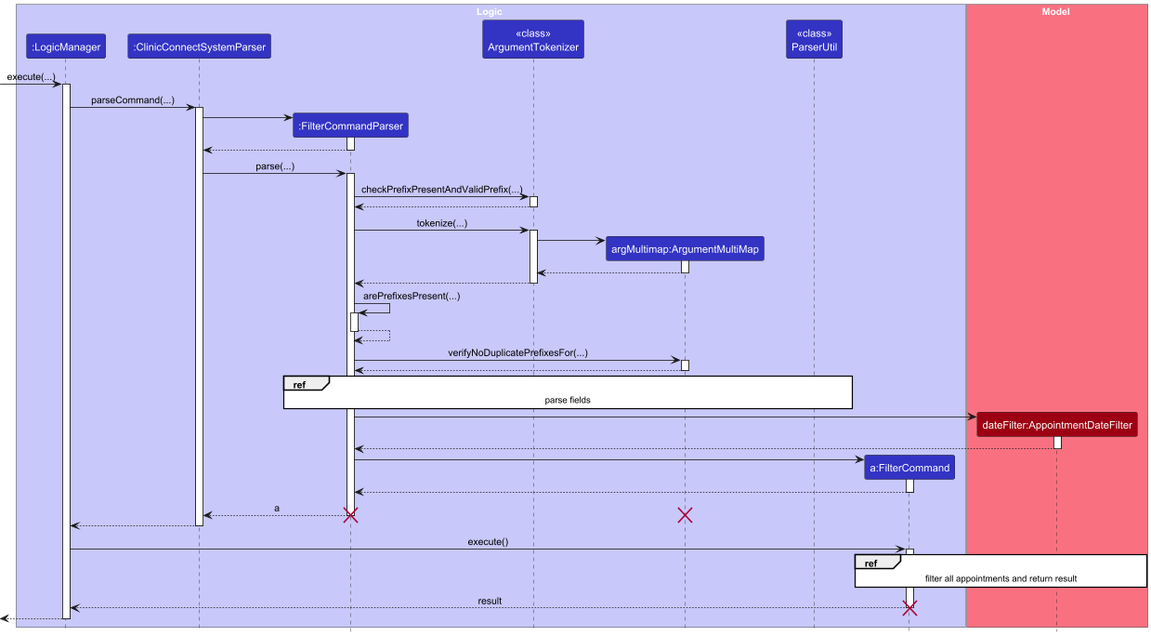
nus-cs2103-AY2425S1/tp keeps this PlantUML diagram as docs/images/FilterSequenceDiagram.png. Above is the earlier version.
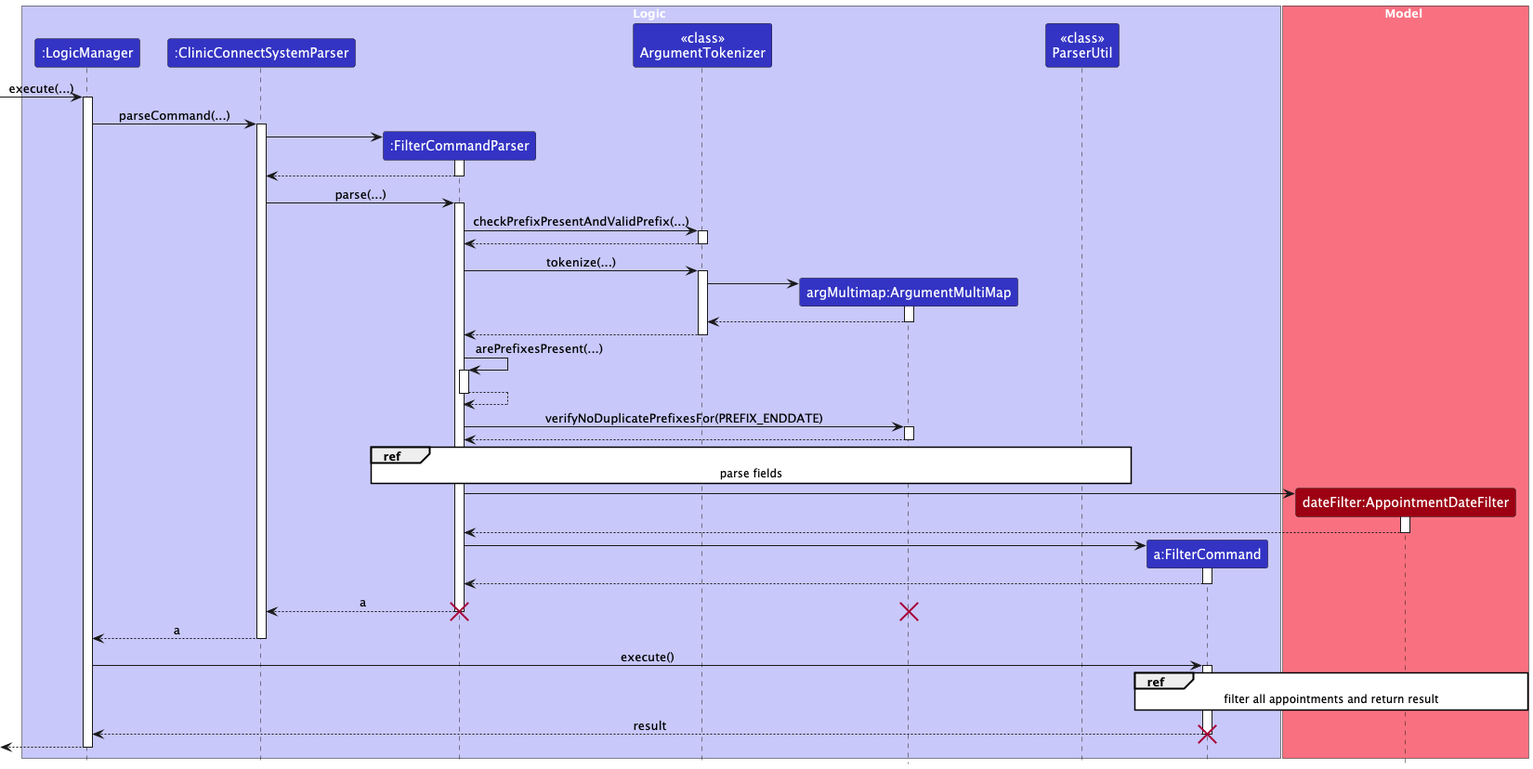
After the change.

What changed in the source:
```diff
@@ -56,7 +56,7 @@
 FilterCommandParser --> FilterCommandParser
 deactivate FilterCommandParser
 
-FilterCommandParser -> ArgumentMultiMap : verifyNoDuplicatePrefixesFor(...)
+FilterCommandParser -> ArgumentMultiMap : verifyNoDuplicatePrefixesFor(PREFIX_ENDDATE)
 activate ArgumentMultiMap
 
 ArgumentMultiMap --> FilterCommandParser
@@ -88,7 +88,7 @@
 destroy FilterCommandParser
 destroy ArgumentMultiMap
 
-ClinicConnectSystemParser --> LogicManager
+ClinicConnectSystemParser --> LogicManager : a
 deactivate ClinicConnectSystemParser
 
 LogicManager -> FilterCommand : execute()
```
